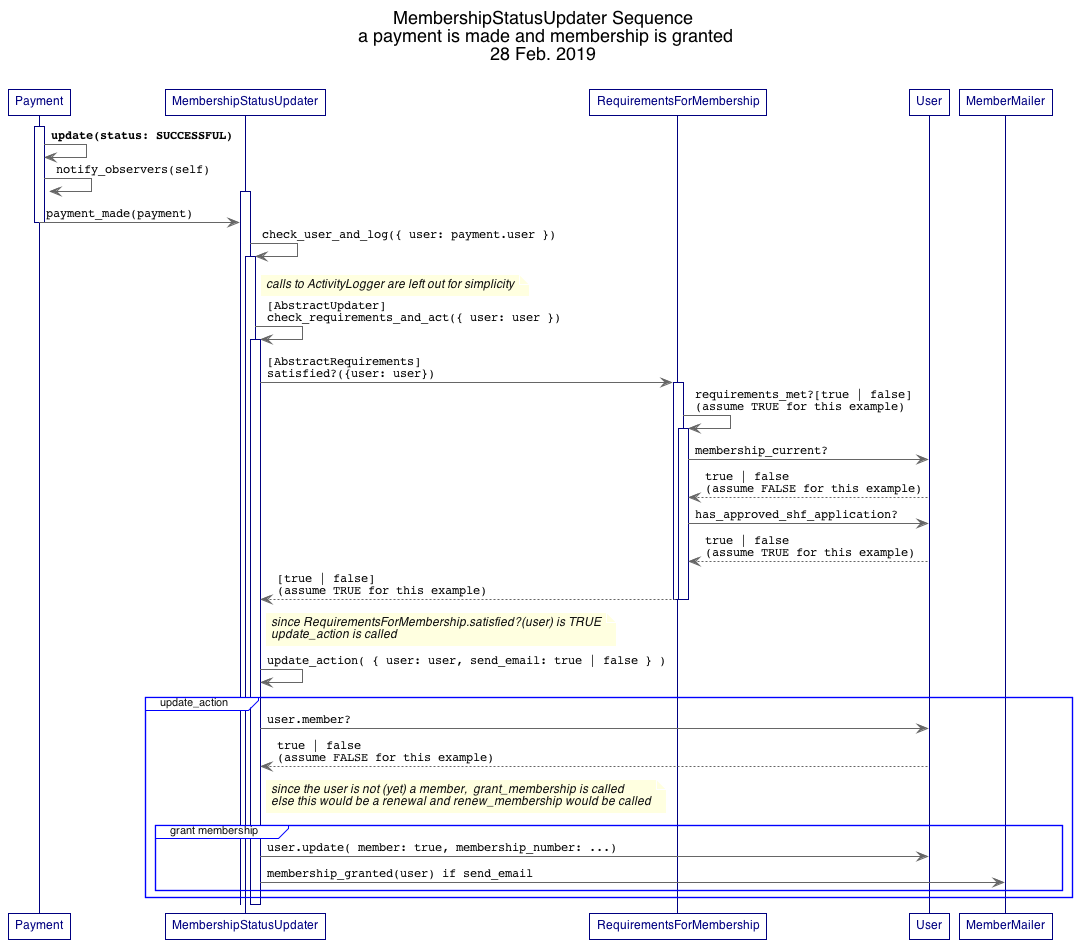
Above: docs/wiki/membership_updater_payment_made.png in ashley-engelund/aengelund-shf-project (PlantUML), before the change.
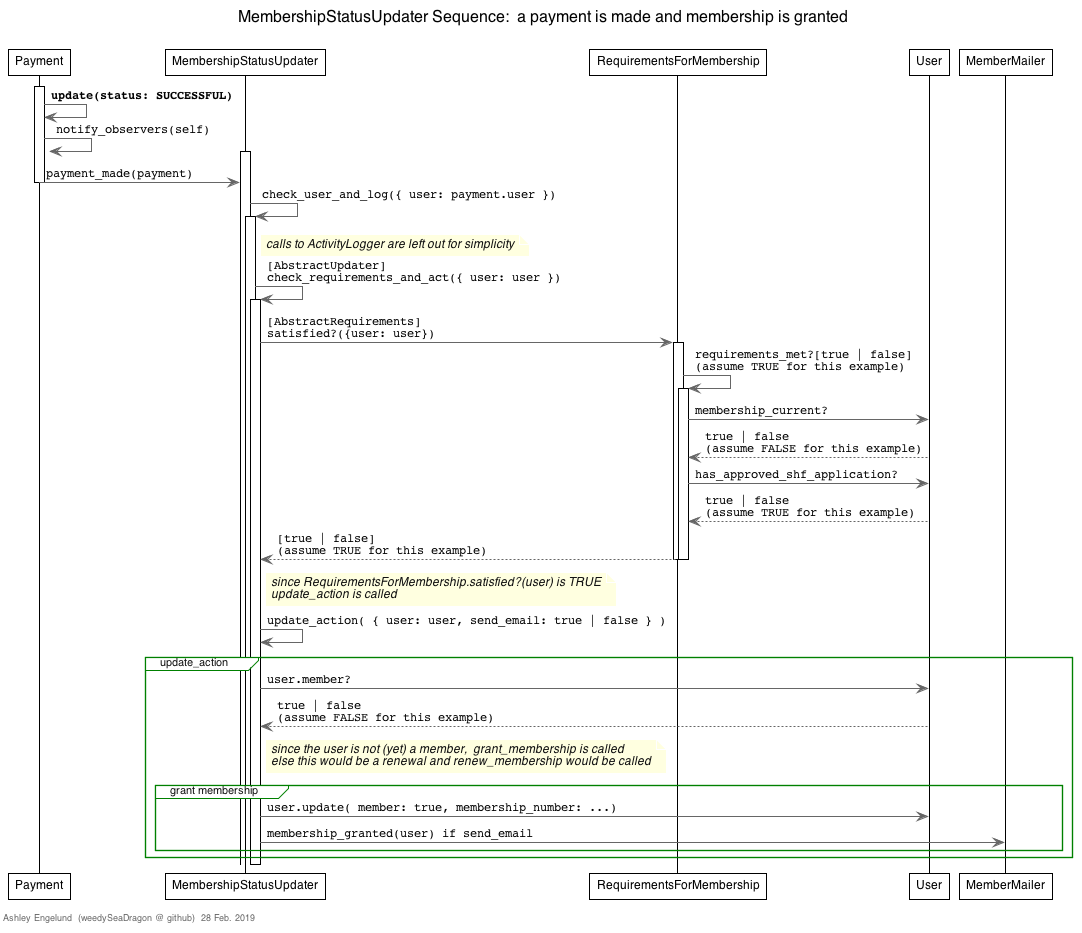
After the change.

Commit message:
update sequence diagram .png

Diff of the diagram source:
```diff
@@ -244,9 +244,14 @@
 skinparam Sequence {
   FontColor black
 
+  Title {
+    FontSize 16
+    FontStyle plain
+  }
+
   Group {
     BorderThickness 1.2
-    BorderColor blue
+    BorderColor green
   }
 
   Arrow {
@@ -259,11 +264,37 @@
             FontColor         black
             FontSize          12
         }
+
+
+  LifeLine {
+      BackgroundColor   white
+      BorderColor       black
+      BorderThickness   1
+  }
+
+
+    Participant {
+        BackgroundColor   white
+        BorderColor       black
+        BorderThickness   1
+        FontColor         black
+        FontSize          12
+    }
+
+  Box {
+    BorderColor red
+  }
 }
 
 
+skinparam footer {
+  FontSize 9
+}
 
-title MembershipStatusUpdater Sequence\n a payment is made and membership is granted\n28 Feb. 2019\n
+title MembershipStatusUpdater Sequence:  a payment is made and membership is granted\n
+
+left footer \nAshley Engelund  (weedySeaDragon @ github)  28 Feb. 2019
+
 
 activate Payment
 
```
